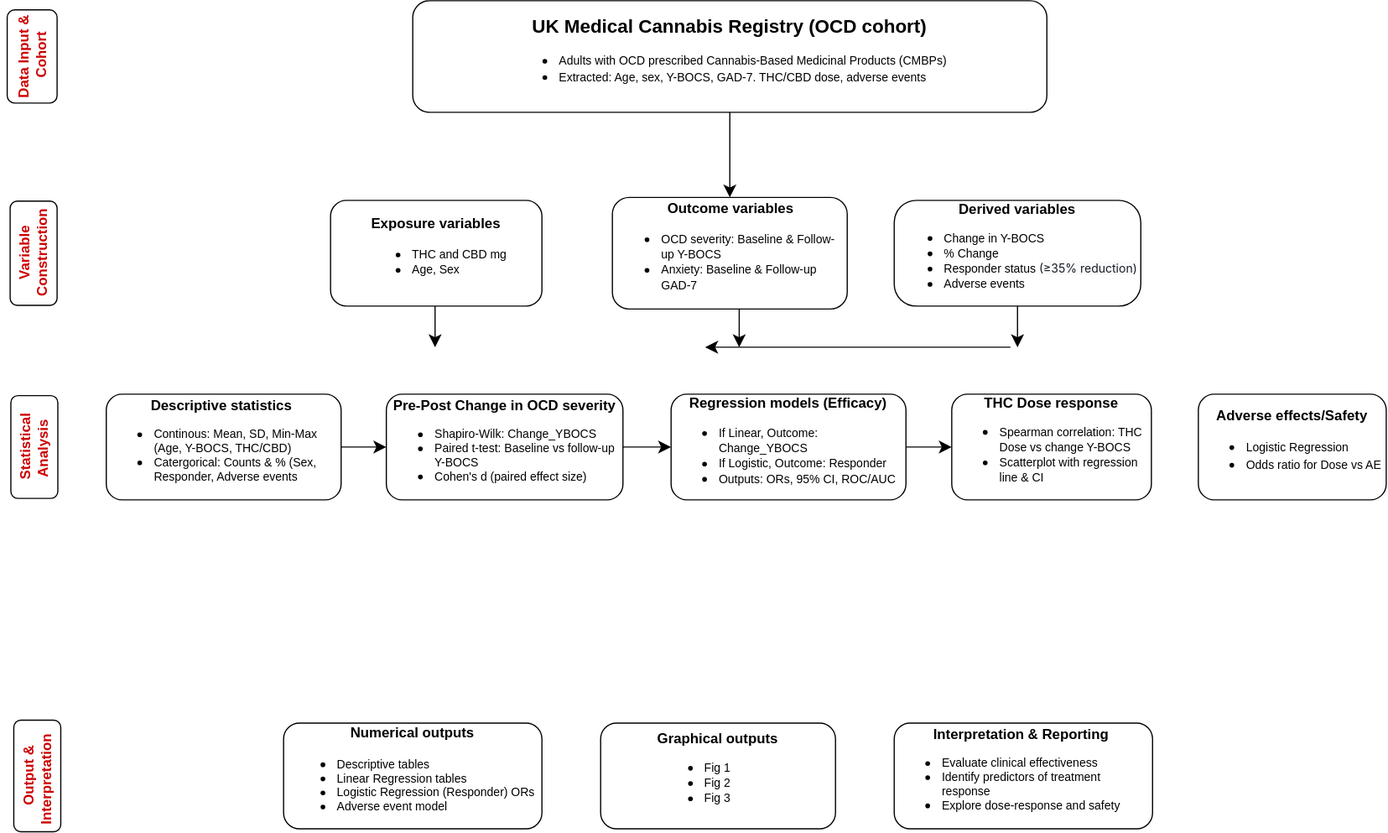
Before: Untitled Diagram.drawio.svg, a diagram exported from draw.io (amy-gurung/first-data-project). Source tidied: cells renumbered, new cells last; positions are measured from the earlier drawing's top-left corner, leaving out a move shared by most shapes.
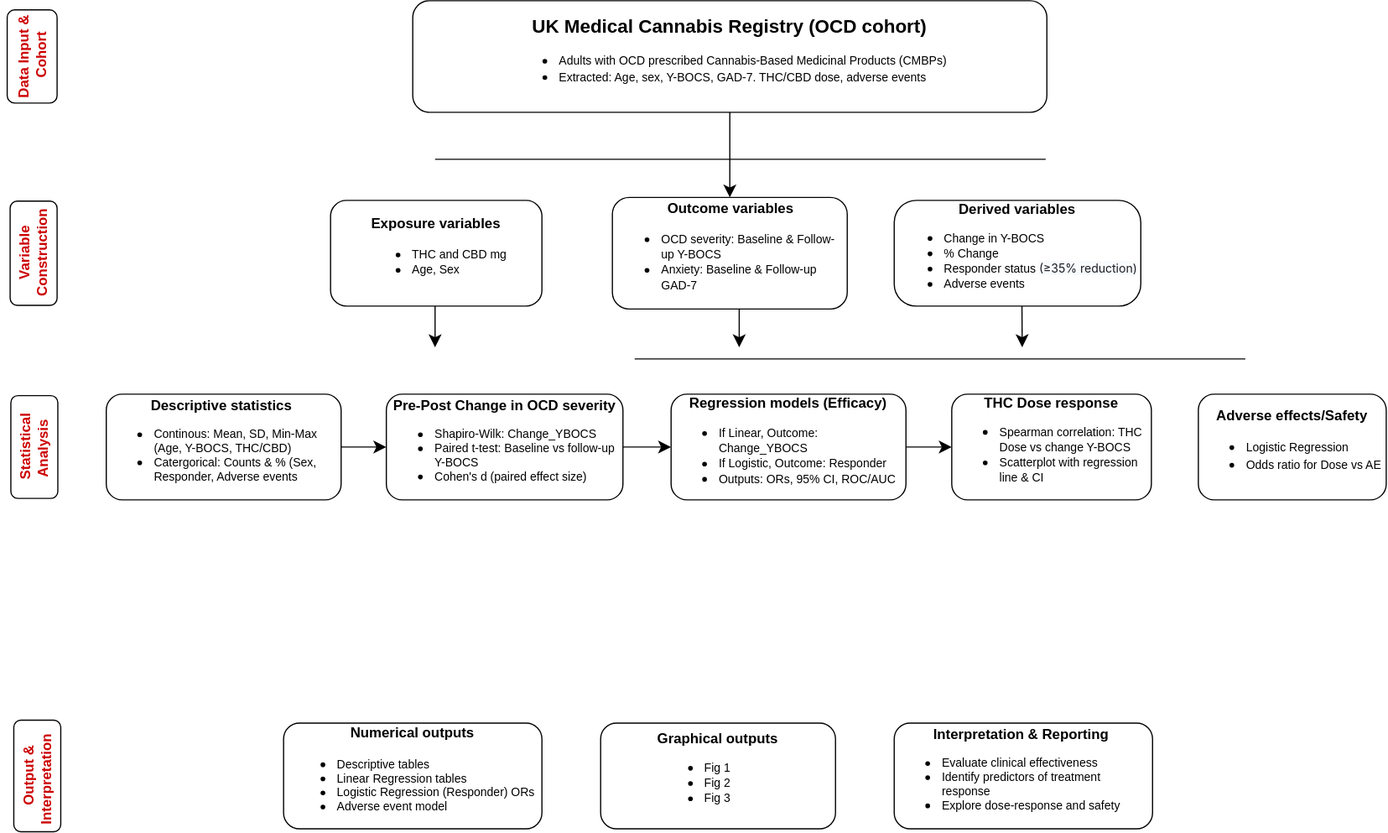
The same diagram one commit later.

Diff of the diagram source:
```diff
@@ -2,7 +2,7 @@
   <root>
     <mxCell id="0" />
     <mxCell id="1" parent="0" />
-    <mxCell id="2" style="edgeStyle=none;curved=1;rounded=0;jettySize=auto;html=1;fontSize=12;startSize=8;endSize=8;" parent="1" edge="1" source="3" target="7">
+    <mxCell id="2" style="edgeStyle=none;curved=1;rounded=0;jettySize=auto;html=1;fontSize=12;startSize=8;endSize=8;entryX=0.5;entryY=0;entryDx=0;entryDy=0;" parent="1" edge="1" source="3" target="7">
       <mxGeometry relative="1" as="geometry" />
     </mxCell>
     <mxCell id="3" value="&lt;b&gt;&lt;font style=&quot;font-size: 16px;&quot;&gt;UK Medical Cannabis Registry (OCD cohort)&lt;/font&gt;&lt;/b&gt;&lt;div&gt;&lt;ul&gt;&lt;li&gt;&lt;font style=&quot;font-size: 10px;&quot;&gt;Adults with OCD prescribed Cannabis-Based Medicinal Products (CMBPs)&lt;/font&gt;&lt;/li&gt;&lt;li style=&quot;text-align: left;&quot;&gt;&lt;font style=&quot;font-size: 10px;&quot;&gt;Extracted: Age, sex, Y-BOCS, GAD-7. THC/CBD dose, adverse events&lt;/font&gt;&lt;/li&gt;&lt;/ul&gt;&lt;/div&gt;" style="rounded=1;whiteSpace=wrap;html=1;spacing=1;labelBackgroundColor=none;" parent="1" vertex="1">
@@ -79,19 +79,25 @@
     <mxCell id="25" style="edgeStyle=none;curved=1;rounded=0;orthogonalLoop=1;jettySize=auto;html=1;exitX=0.25;exitY=0;exitDx=0;exitDy=0;fontSize=12;startSize=8;endSize=8;" parent="1" edge="1" source="21" target="21">
       <mxGeometry relative="1" as="geometry" />
     </mxCell>
-    <mxCell id="26" style="edgeStyle=none;curved=1;rounded=0;jettySize=auto;html=1;fontSize=12;startSize=8;endSize=8;" parent="1" edge="1" source="27">
+    <mxCell id="26" style="edgeStyle=none;curved=1;rounded=0;jettySize=auto;html=1;fontSize=12;startSize=8;endSize=8;exitX=0.518;exitY=0.993;exitDx=0;exitDy=0;exitPerimeter=0;" parent="1" edge="1" source="27">
       <mxGeometry relative="1" as="geometry">
-        <mxPoint x="882" y="295" as="targetPoint" />
+        <mxPoint x="886" y="295" as="targetPoint" />
       </mxGeometry>
     </mxCell>
     <mxCell id="27" value="&lt;div style=&quot;line-height: 100%;&quot;&gt;&lt;div&gt;&lt;b&gt;&lt;font&gt;Derived variables&lt;/font&gt;&lt;/b&gt;&lt;/div&gt;&lt;ul&gt;&lt;li style=&quot;text-align: left;&quot;&gt;&lt;font style=&quot;font-size: 10px;&quot;&gt;Change in Y-BOCS&lt;br&gt;&lt;/font&gt;&lt;/li&gt;&lt;li style=&quot;text-align: left;&quot;&gt;&lt;font style=&quot;font-size: 10px;&quot;&gt;% Change&lt;br&gt;&lt;/font&gt;&lt;/li&gt;&lt;li style=&quot;text-align: left;&quot;&gt;&lt;font style=&quot;font-size: 10px;&quot;&gt;Responder status&amp;nbsp;&lt;span style=&quot;caret-color: rgb(22, 28, 36); color: rgb(22, 28, 36); font-family: -apple-system, BlinkMacSystemFont, &amp;quot;Proxima Nova&amp;quot;, &amp;quot;Segoe UI&amp;quot;, Roboto, Helvetica, Arial, sans-serif; background-color: rgb(249, 250, 251);&quot;&gt;(≥35% reduction)&lt;/span&gt;&lt;br&gt;&lt;/font&gt;&lt;/li&gt;&lt;li style=&quot;text-align: left;&quot;&gt;&lt;font style=&quot;font-size: 10px;&quot;&gt;Adverse events&amp;nbsp;&lt;/font&gt;&lt;/li&gt;&lt;/ul&gt;&lt;/div&gt;" style="rounded=1;whiteSpace=wrap;html=1;labelBackgroundColor=none;spacing=1;arcSize=21;" parent="1" vertex="1">
       <mxGeometry x="777" y="170" width="210" height="90" as="geometry" />
     </mxCell>
-    <mxCell id="28" style="endArrow=classic;html=1;rounded=0;fontSize=12;startSize=8;endSize=8;curved=1;" parent="1" edge="1">
-      <mxGeometry relative="1" as="geometry">
-        <mxPoint x="876" y="295" as="sourcePoint" />
-        <mxPoint x="616" y="295" as="targetPoint" />
-      </mxGeometry>
-    </mxCell>
+    <mxCell id="29" style="endArrow=none;html=1;rounded=0;fontSize=12;startSize=8;endSize=8;curved=1;" parent="1" edge="1">
+      <mxGeometry relative="1" as="geometry">
+        <mxPoint x="386" y="135" as="sourcePoint" />
+        <mxPoint x="906" y="135" as="targetPoint" />
+      </mxGeometry>
+    </mxCell>
+    <mxCell id="30" style="endArrow=none;html=1;rounded=0;fontSize=12;startSize=8;endSize=8;curved=1;" parent="1" edge="1">
+      <mxGeometry relative="1" as="geometry">
+        <mxPoint x="556" y="305" as="sourcePoint" />
+        <mxPoint x="1076" y="305" as="targetPoint" />
+      </mxGeometry>
+    </mxCell>
   </root>
 </mxGraphModel>
```
